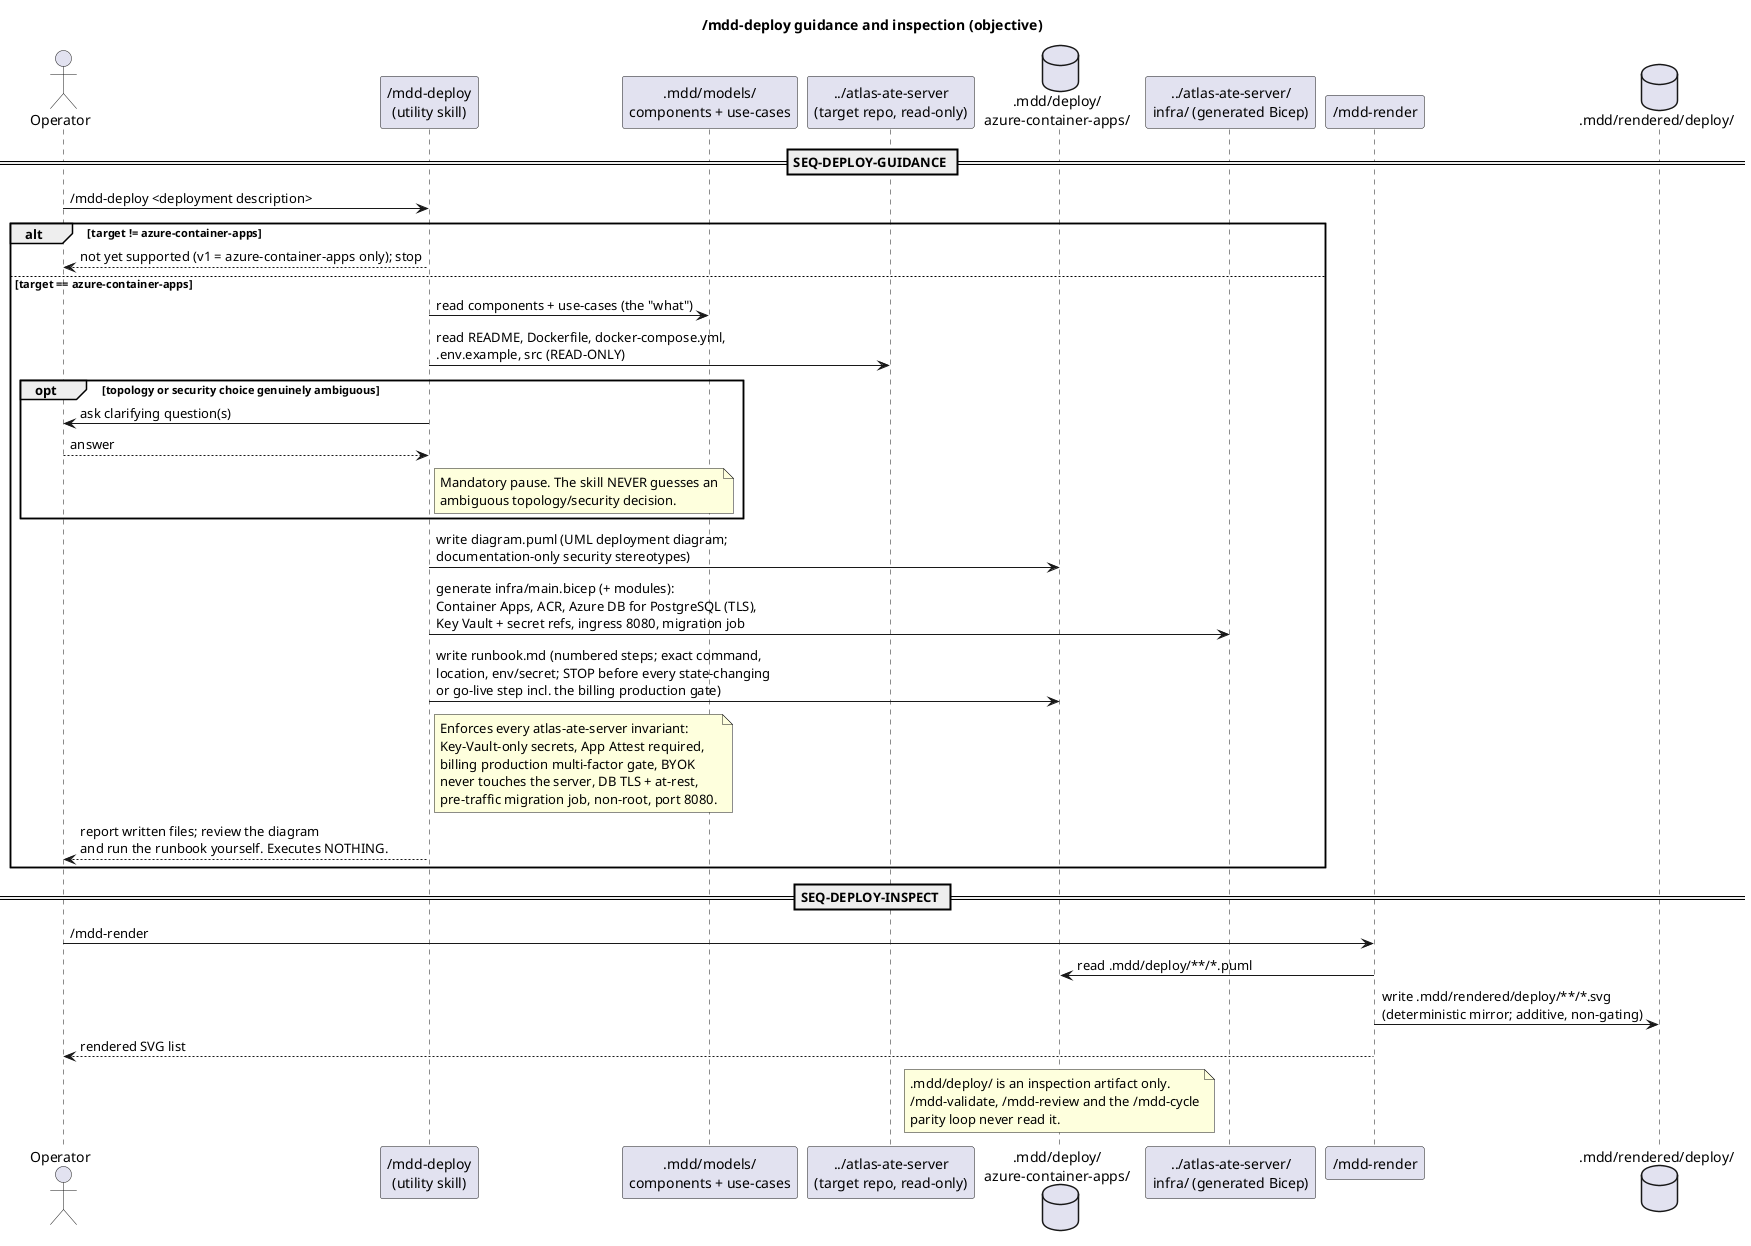
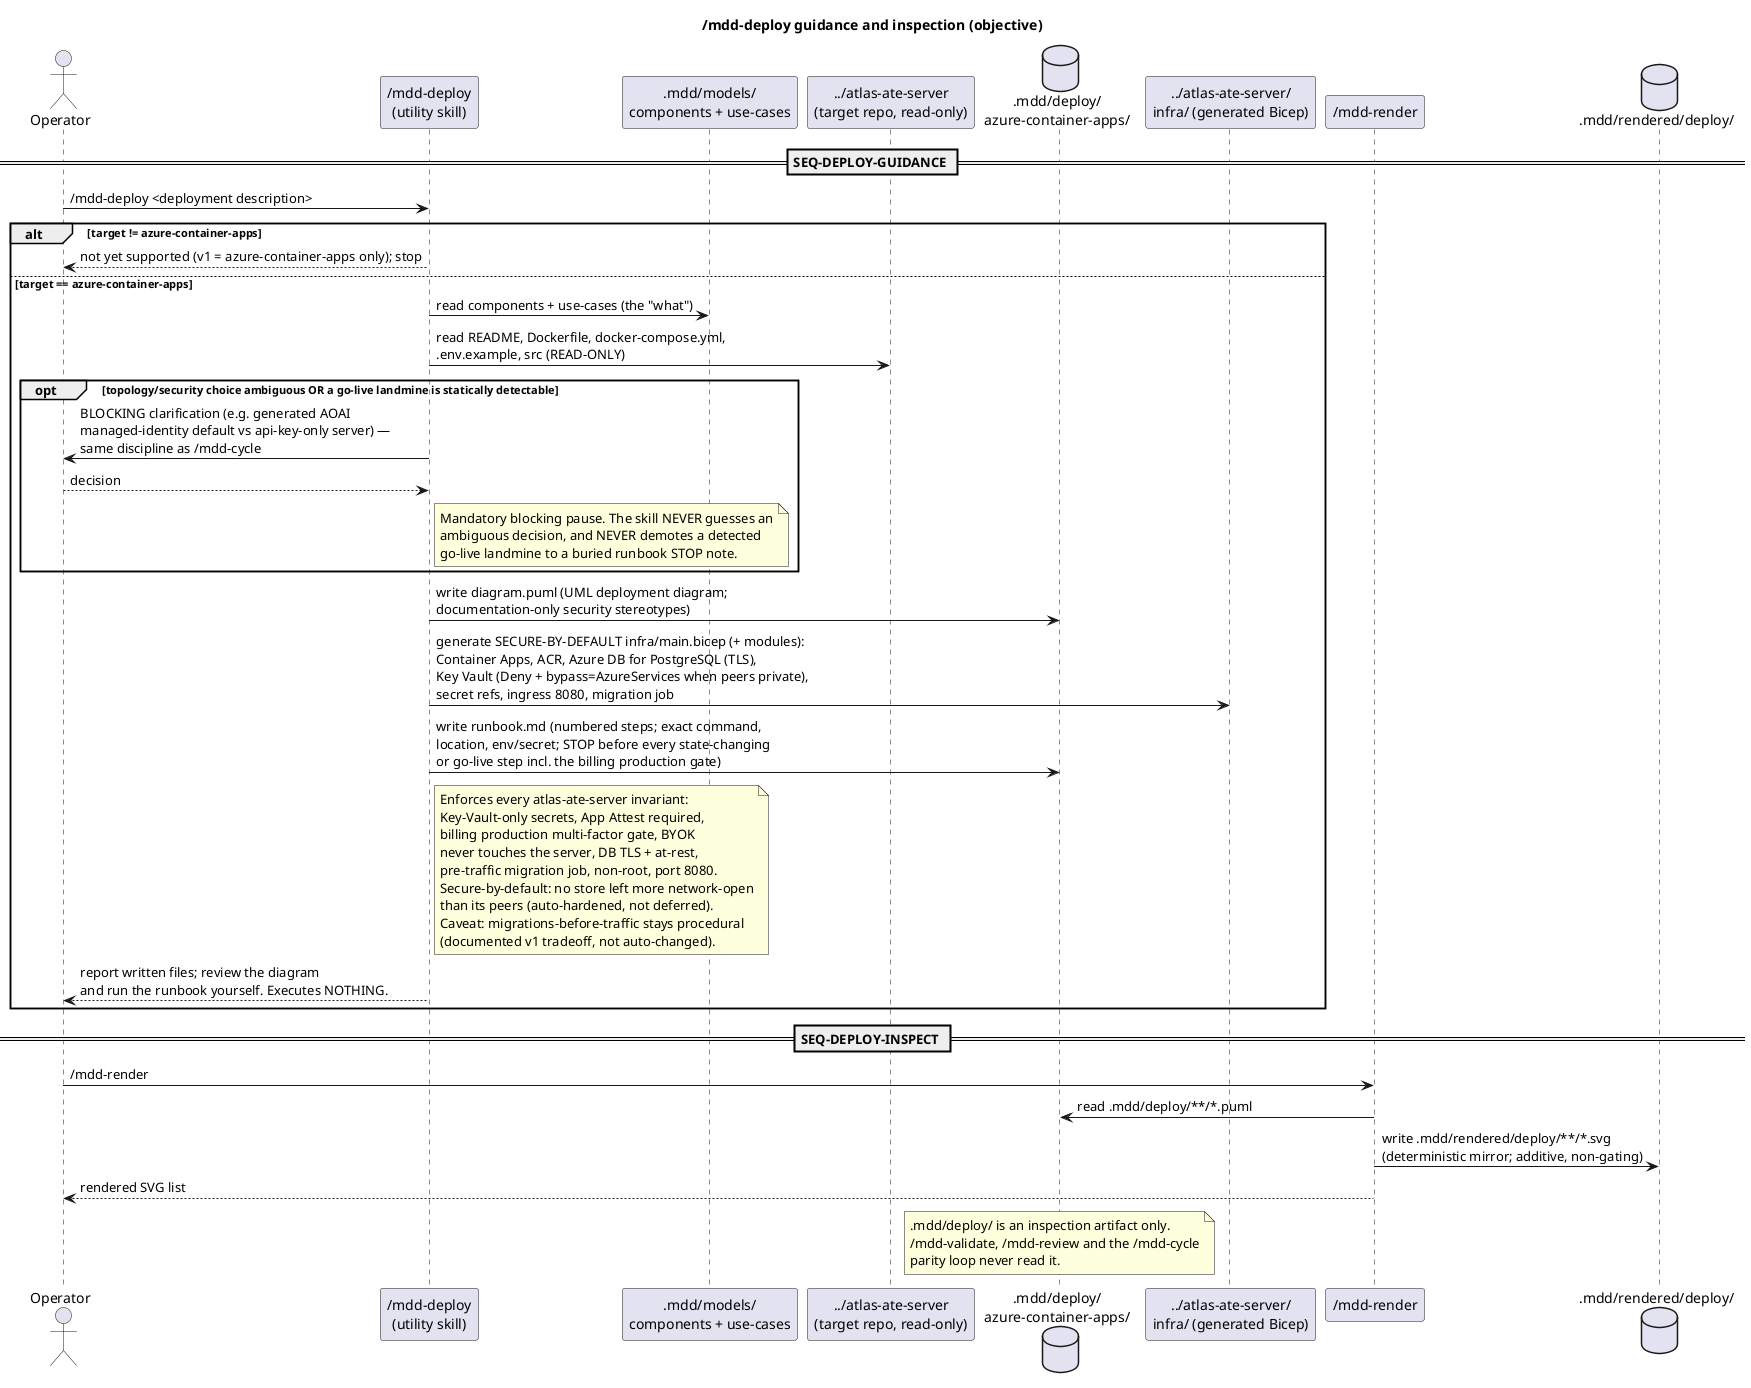
@startuml
' @id(SEQ-DEPLOY-GUIDANCE)
' @id(SEQ-DEPLOY-INSPECT)
' @ref(USE-DEPLOY-GUIDANCE)
' @ref(USE-DEPLOY-INSPECT)
'
' Objective-side runtime flow of the standalone /mdd-deploy utility
' skill and the additive /mdd-render rasterization of .mdd/deploy/**.
' The skill is guidance-only: it writes artifacts and a runbook and
' then STOPS. It never executes a deployment command.
'
- ' @desc(SEQ-DEPLOY-GUIDANCE, "How /mdd-deploy turns a one-line description into deployment guidance: validate the target is azure-container-apps, read MDD models + the target repo read-only, pause on ambiguity, write the deployment diagram, generate ../atlas-ate-server/infra/main.bicep, write the runbook with a STOP before every state-changing/go-live step, enforce every atlas-ate-server invariant, then report and execute nothing.")
+ ' @desc(SEQ-DEPLOY-GUIDANCE, "How /mdd-deploy turns a one-line description into deployment guidance: validate the target is azure-container-apps, read MDD models + the target repo read-only, then STOP for a blocking clarification on ambiguity AND on any statically detectable go-live landmine (a generated config default contradicting what the shipped code supports, e.g. AOAI managed-identity vs an api-key-only server), write the deployment diagram, generate secure-by-default ../atlas-ate-server/infra/main.bicep (no store left more network-open than its peers — e.g. Key Vault Deny + bypass=AzureServices when Postgres/AOAI are private), write the runbook with a STOP before every state-changing/go-live step, enforce every atlas-ate-server invariant, then report and execute nothing.")
' @desc(SEQ-DEPLOY-INSPECT, "How /mdd-render (extended) rasterizes .mdd/deploy/**/*.puml to its deterministic .mdd/rendered/deploy/**/*.svg mirror so the deployment diagram is inspectable like every other diagram. Additive, non-gating.")
title /mdd-deploy guidance and inspection (objective)

actor "Operator" as Op
participant "/mdd-deploy\n(utility skill)" as Dep
participant ".mdd/models/\ncomponents + use-cases" as Models
participant "../atlas-ate-server\n(target repo, read-only)" as Target
database ".mdd/deploy/\nazure-container-apps/" as Store
participant "../atlas-ate-server/\ninfra/ (generated Bicep)" as Infra
participant "/mdd-render" as Render
database ".mdd/rendered/deploy/" as Rendered

== SEQ-DEPLOY-GUIDANCE ==
Op -> Dep : /mdd-deploy <deployment description>
alt target != azure-container-apps
  Dep --> Op : not yet supported (v1 = azure-container-apps only); stop
else target == azure-container-apps
  Dep -> Models : read components + use-cases (the "what")
  Dep -> Target : read README, Dockerfile, docker-compose.yml,\n.env.example, src (READ-ONLY)
-   opt topology or security choice genuinely ambiguous
-     Dep -> Op : ask clarifying question(s)
-     Op --> Dep : answer
+   opt topology/security choice ambiguous OR a go-live landmine is statically detectable
+     Dep -> Op : BLOCKING clarification (e.g. generated AOAI\nmanaged-identity default vs api-key-only server) —\nsame discipline as /mdd-cycle
+     Op --> Dep : decision
    note right of Dep
-       Mandatory pause. The skill NEVER guesses an
-       ambiguous topology/security decision.
+       Mandatory blocking pause. The skill NEVER guesses an
+       ambiguous decision, and NEVER demotes a detected
+       go-live landmine to a buried runbook STOP note.
    end note
  end
  Dep -> Store : write diagram.puml (UML deployment diagram;\ndocumentation-only security stereotypes)
-   Dep -> Infra : generate infra/main.bicep (+ modules):\nContainer Apps, ACR, Azure DB for PostgreSQL (TLS),\nKey Vault + secret refs, ingress 8080, migration job
+   Dep -> Infra : generate SECURE-BY-DEFAULT infra/main.bicep (+ modules):\nContainer Apps, ACR, Azure DB for PostgreSQL (TLS),\nKey Vault (Deny + bypass=AzureServices when peers private),\nsecret refs, ingress 8080, migration job
  Dep -> Store : write runbook.md (numbered steps; exact command,\nlocation, env/secret; STOP before every state-changing\nor go-live step incl. the billing production gate)
  note right of Dep
    Enforces every atlas-ate-server invariant:
    Key-Vault-only secrets, App Attest required,
    billing production multi-factor gate, BYOK
    never touches the server, DB TLS + at-rest,
    pre-traffic migration job, non-root, port 8080.
+     Secure-by-default: no store left more network-open
+     than its peers (auto-hardened, not deferred).
+     Caveat: migrations-before-traffic stays procedural
+     (documented v1 tradeoff, not auto-changed).
  end note
  Dep --> Op : report written files; review the diagram\nand run the runbook yourself. Executes NOTHING.
end

== SEQ-DEPLOY-INSPECT ==
Op -> Render : /mdd-render
Render -> Store : read .mdd/deploy/**/*.puml
Render -> Rendered : write .mdd/rendered/deploy/**/*.svg\n(deterministic mirror; additive, non-gating)
Render --> Op : rendered SVG list

note over Store
  .mdd/deploy/ is an inspection artifact only.
  /mdd-validate, /mdd-review and the /mdd-cycle
  parity loop never read it.
end note
@enduml
